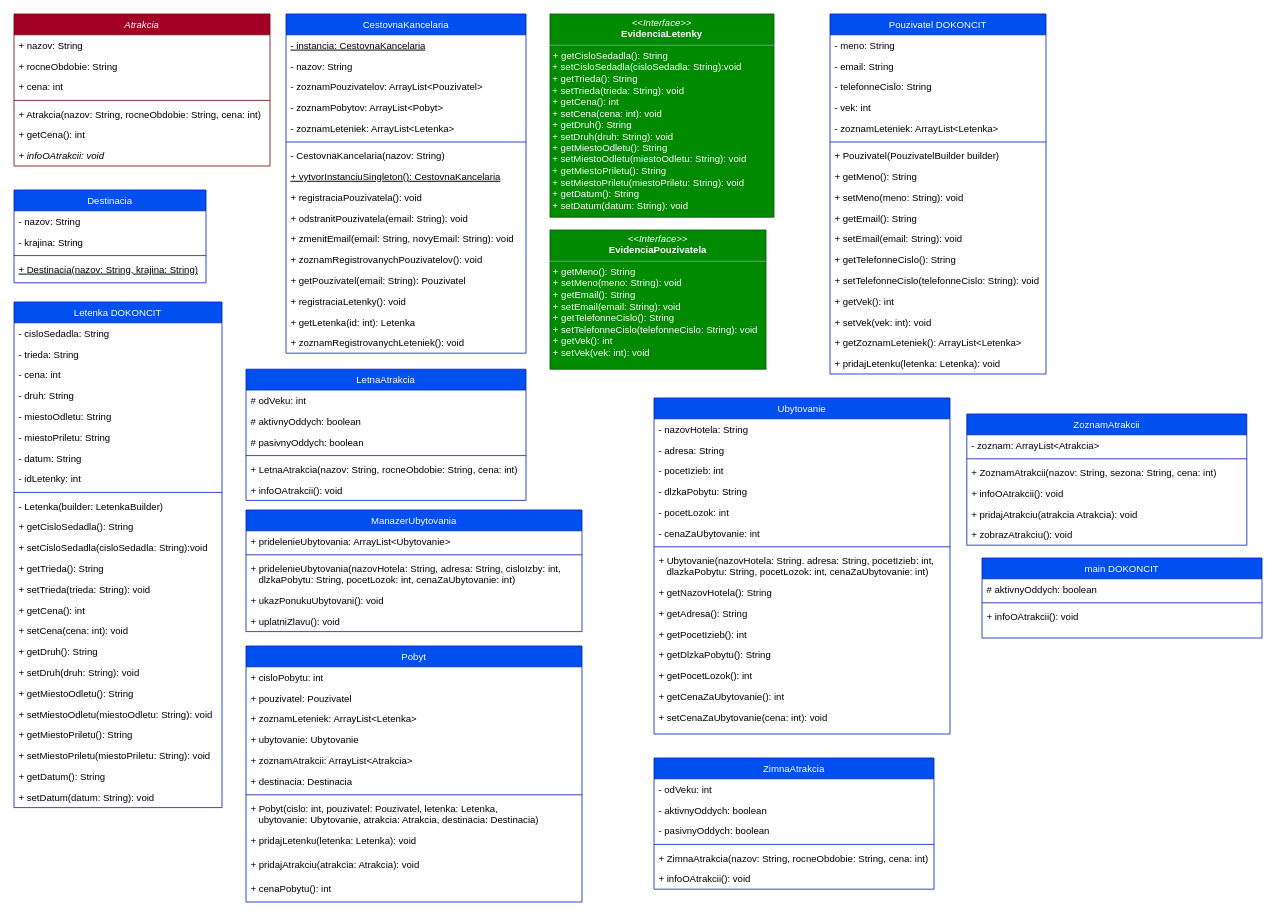
Marek243-sk/ZadanieANIS2 keeps this draw.io diagram as src/zadanie/Cestovna_kancelaria.drawio. Above is the earlier version. Source tidied: cells renumbered, new cells numbered last; positions are measured from the earlier drawing's top-left corner, leaving out a move shared by most shapes. Both pictures are drawn from the tidied source at 80%, with x=0, y=0 at pixel (14, 14).
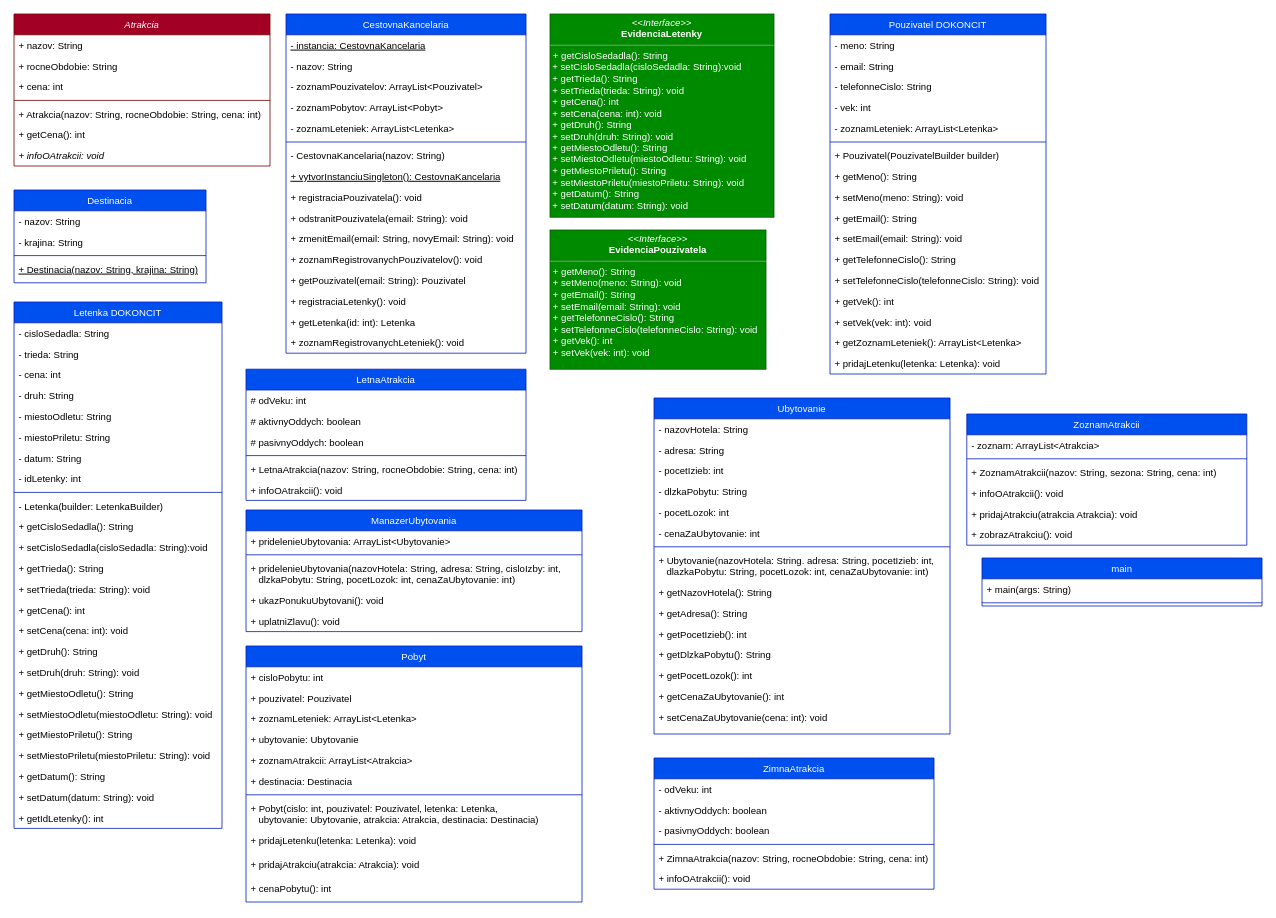
After the change.

Change to the diagram source:
```diff
@@
     <mxCell id="34" value="Letenka DOKONCIT" style="swimlane;fontStyle=0;align=center;verticalAlign=top;horizontal=1;startSize=26;rounded=0;shadow=0;strokeWidth=1;fillColor=#0050ef;fontColor=#ffffff;strokeColor=#001DBC;" parent="1" vertex="1">
-      <mxGeometry y="360" width="260" height="632" as="geometry" />
+      <mxGeometry y="360" width="260" height="658" as="geometry" />
     </mxCell>
@@
+    <mxCell id="136" value="+ getIdLetenky(): int" style="text;align=left;verticalAlign=top;spacingLeft=4;spacingRight=4;overflow=hidden;fontStyle=0;" parent="34" vertex="1">
+      <mxGeometry y="632" width="260" height="26" as="geometry" />
+    </mxCell>
@@
-    <mxCell id="132" value="main DOKONCIT" style="swimlane;fontStyle=0;align=center;verticalAlign=top;horizontal=1;startSize=26;rounded=0;shadow=0;strokeWidth=1;fillColor=#0050ef;fontColor=#ffffff;strokeColor=#001DBC;" parent="1" vertex="1">
-      <mxGeometry x="1210" y="680" width="350" height="100" as="geometry" />
+    <mxCell id="132" value="main" style="swimlane;fontStyle=0;align=center;verticalAlign=top;horizontal=1;startSize=26;rounded=0;shadow=0;strokeWidth=1;fillColor=#0050ef;fontColor=#ffffff;strokeColor=#001DBC;" parent="1" vertex="1">
+      <mxGeometry x="1210" y="680" width="350" height="60" as="geometry" />
     </mxCell>
-    <mxCell id="133" value="# aktivnyOddych: boolean" style="text;align=left;verticalAlign=top;spacingLeft=4;spacingRight=4;overflow=hidden;rounded=0;shadow=0;html=0;" parent="132" vertex="1">
+    <mxCell id="133" value="+ main(args: String)" style="text;align=left;verticalAlign=top;spacingLeft=4;spacingRight=4;overflow=hidden;rounded=0;shadow=0;html=0;" parent="132" vertex="1">
       <mxGeometry y="26" width="350" height="26" as="geometry" />
     </mxCell>
@@
-    <mxCell id="135" value="+ infoOAtrakcii(): void" style="text;align=left;verticalAlign=top;spacingLeft=4;spacingRight=4;overflow=hidden;fontStyle=0;" parent="132" vertex="1">
-      <mxGeometry y="60" width="350" height="26" as="geometry" />
-    </mxCell>
```
